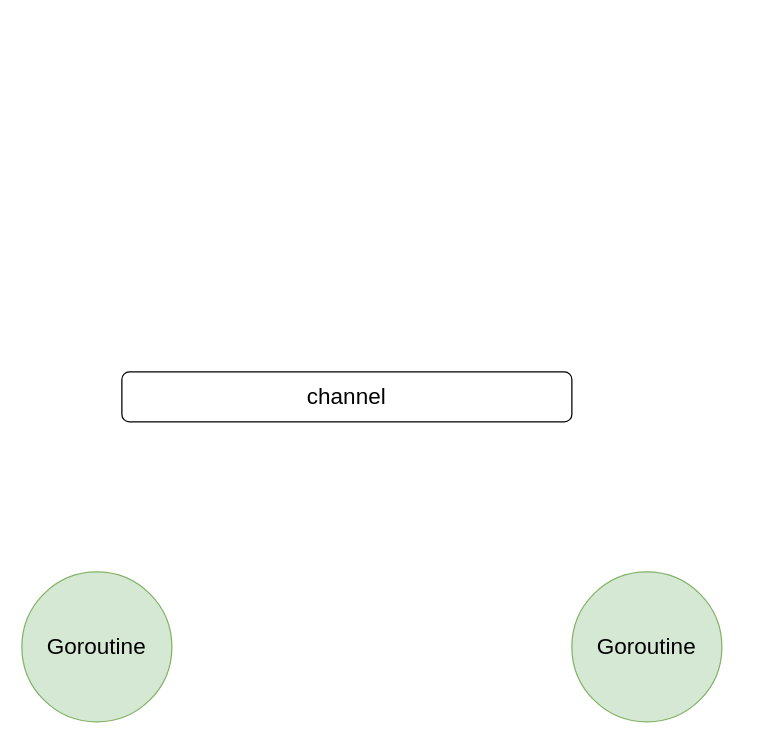
Before: go/go channel.drawio in LanSeTianYe/draw, a draw.io diagram. Source tidied: cells renumbered, new cells numbered last; positions are measured from the earlier drawing's top-left corner, leaving out a move shared by most shapes. Both pictures are drawn from the tidied source at 125%, with x=0, y=0 at pixel (21, 371).
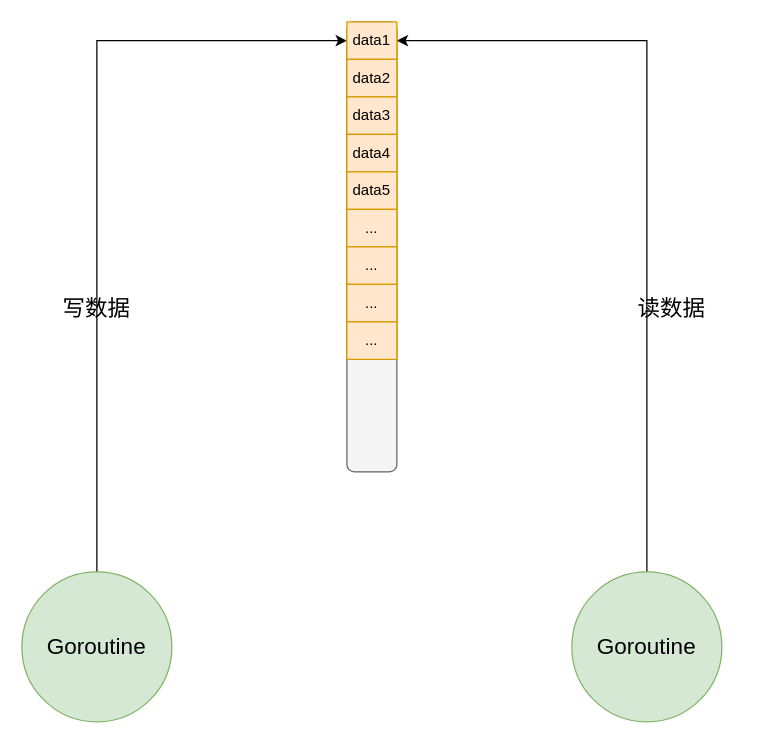
The same page after the edit.

The edit, as a diff of the source:
```diff
@@
 <mxGraphModel>
   <root>
     <mxCell id="0" />
     <mxCell id="1" parent="0" />
+    <mxCell id="5" style="edgeStyle=orthogonalEdgeStyle;rounded=0;jettySize=auto;html=1;exitX=0.5;exitY=0;exitDx=0;exitDy=0;entryX=0;entryY=0.5;entryDx=0;entryDy=0;" parent="1" edge="1" source="2" target="9">
+      <mxGeometry relative="1" as="geometry" />
+    </mxCell>
     <mxCell id="2" value="&lt;font style=&quot;font-size: 18px;&quot;&gt;Goroutine&lt;/font&gt;" style="ellipse;whiteSpace=wrap;html=1;fillColor=#d5e8d4;strokeColor=#82b366;" parent="1" vertex="1">
       <mxGeometry y="160" width="120" height="120" as="geometry" />
     </mxCell>
+    <mxCell id="6" style="edgeStyle=orthogonalEdgeStyle;rounded=0;jettySize=auto;html=1;exitX=0.5;exitY=0;exitDx=0;exitDy=0;entryX=1;entryY=0.5;entryDx=0;entryDy=0;" parent="1" edge="1" source="3" target="9">
+      <mxGeometry relative="1" as="geometry" />
+    </mxCell>
     <mxCell id="3" value="&lt;font style=&quot;font-size: 18px;&quot;&gt;Goroutine&lt;/font&gt;" style="ellipse;whiteSpace=wrap;html=1;fillColor=#d5e8d4;strokeColor=#82b366;" parent="1" vertex="1">
       <mxGeometry x="440" y="160" width="120" height="120" as="geometry" />
     </mxCell>
-    <mxCell id="4" value="&lt;font style=&quot;font-size: 18px;&quot;&gt;channel&lt;/font&gt;" style="rounded=1;whiteSpace=wrap;html=1;" parent="1" vertex="1">
-      <mxGeometry x="80" width="360" height="40" as="geometry" />
+    <mxCell id="4" style="rounded=1;whiteSpace=wrap;html=1;rotation=90;fillColor=#f5f5f5;strokeColor=#666666;fontColor=#333333;" parent="1" vertex="1">
+      <mxGeometry x="100" y="-120" width="360" height="40" as="geometry" />
     </mxCell>
+    <mxCell id="7" value="&lt;font style=&quot;font-size: 18px;&quot;&gt;写数据&lt;/font&gt;" style="text;html=1;align=center;verticalAlign=middle;whiteSpace=wrap;rounded=0;" parent="1" vertex="1">
+      <mxGeometry y="-80" width="120" height="60" as="geometry" />
+    </mxCell>
+    <mxCell id="8" value="&lt;font style=&quot;font-size: 18px;&quot;&gt;读数据&lt;/font&gt;" style="text;html=1;align=center;verticalAlign=middle;whiteSpace=wrap;rounded=0;" parent="1" vertex="1">
+      <mxGeometry x="460" y="-80" width="120" height="60" as="geometry" />
+    </mxCell>
+    <mxCell id="9" value="data1" style="rounded=0;whiteSpace=wrap;html=1;fillColor=#ffe6cc;strokeColor=#d79b00;" parent="1" vertex="1">
+      <mxGeometry x="260" y="-280" width="40" height="30" as="geometry" />
+    </mxCell>
+    <mxCell id="10" value="data2" style="rounded=0;whiteSpace=wrap;html=1;fillColor=#ffe6cc;strokeColor=#d79b00;" parent="1" vertex="1">
+      <mxGeometry x="260" y="-250" width="40" height="30" as="geometry" />
+    </mxCell>
+    <mxCell id="11" value="data3" style="rounded=0;whiteSpace=wrap;html=1;fillColor=#ffe6cc;strokeColor=#d79b00;" parent="1" vertex="1">
+      <mxGeometry x="260" y="-220" width="40" height="30" as="geometry" />
+    </mxCell>
+    <mxCell id="12" value="data4" style="rounded=0;whiteSpace=wrap;html=1;fillColor=#ffe6cc;strokeColor=#d79b00;" parent="1" vertex="1">
+      <mxGeometry x="260" y="-190" width="40" height="30" as="geometry" />
+    </mxCell>
+    <mxCell id="13" value="data5" style="rounded=0;whiteSpace=wrap;html=1;fillColor=#ffe6cc;strokeColor=#d79b00;" parent="1" vertex="1">
+      <mxGeometry x="260" y="-160" width="40" height="30" as="geometry" />
+    </mxCell>
+    <mxCell id="14" value="..." style="rounded=0;whiteSpace=wrap;html=1;fillColor=#ffe6cc;strokeColor=#d79b00;" parent="1" vertex="1">
+      <mxGeometry x="260" y="-130" width="40" height="30" as="geometry" />
+    </mxCell>
+    <mxCell id="15" value="..." style="rounded=0;whiteSpace=wrap;html=1;fillColor=#ffe6cc;strokeColor=#d79b00;" parent="1" vertex="1">
+      <mxGeometry x="260" y="-100" width="40" height="30" as="geometry" />
+    </mxCell>
+    <mxCell id="16" value="..." style="rounded=0;whiteSpace=wrap;html=1;fillColor=#ffe6cc;strokeColor=#d79b00;" parent="1" vertex="1">
+      <mxGeometry x="260" y="-70" width="40" height="30" as="geometry" />
+    </mxCell>
+    <mxCell id="17" value="..." style="rounded=0;whiteSpace=wrap;html=1;fillColor=#ffe6cc;strokeColor=#d79b00;" parent="1" vertex="1">
+      <mxGeometry x="260" y="-40" width="40" height="30" as="geometry" />
+    </mxCell>
   </root>
 </mxGraphModel>
```
